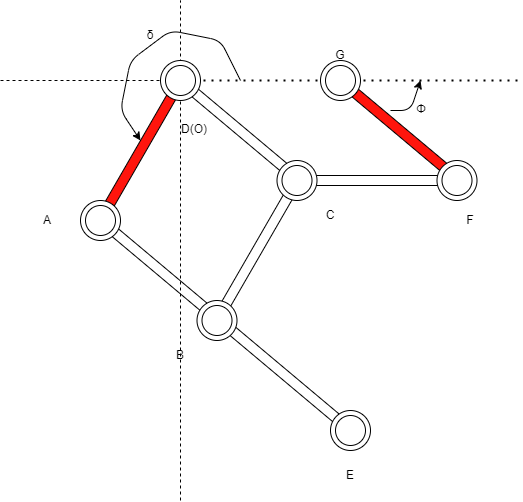
This is doc/4節リンクのプログラムを検討6.drawio.png from kumaxxp/SimpleLinkages, a draw.io export, as it was before one commit. Source tidied: cells renumbered, new cells last; positions are measured from the earlier drawing's top-left corner, leaving out a move shared by most shapes. The source it was exported from:
```xml
<mxGraphModel>
  <root>
    <mxCell id="0" />
    <mxCell id="1" parent="0" />
    <mxCell id="2" style="rounded=0;whiteSpace=wrap;html=1;rotation=0;" parent="1" vertex="1">
      <mxGeometry x="296.5" y="175" width="154" height="10" as="geometry" />
    </mxCell>
    <mxCell id="3" style="rounded=0;whiteSpace=wrap;html=1;rotation=40;" parent="1" vertex="1">
      <mxGeometry x="64.3" y="323.3" width="330" height="10" as="geometry" />
    </mxCell>
    <mxCell id="4" style="rounded=0;whiteSpace=wrap;html=1;rotation=40;" parent="1" vertex="1">
      <mxGeometry x="160.9" y="123.7" width="154" height="10" as="geometry" />
    </mxCell>
    <mxCell id="5" style="rounded=0;whiteSpace=wrap;html=1;rotation=-240;fillColor=#FF150D;" parent="1" vertex="1">
      <mxGeometry x="53.5" y="147.6" width="170" height="10" as="geometry" />
    </mxCell>
    <mxCell id="6" style="endArrow=none;dashed=1;html=1;" parent="1" edge="1">
      <mxGeometry relative="1" as="geometry">
        <mxPoint x="180" y="500" as="sourcePoint" />
        <mxPoint x="180" as="targetPoint" />
      </mxGeometry>
    </mxCell>
    <mxCell id="7" value="D(O)" style="text;html=1;strokeColor=none;fillColor=none;align=center;verticalAlign=middle;whiteSpace=wrap;rounded=0;" parent="1" vertex="1">
      <mxGeometry x="163.5" y="113.7" width="60" height="30" as="geometry" />
    </mxCell>
    <mxCell id="8" value="A" style="text;html=1;strokeColor=none;fillColor=none;align=center;verticalAlign=middle;whiteSpace=wrap;rounded=0;" parent="1" vertex="1">
      <mxGeometry x="17.5" y="205" width="60" height="30" as="geometry" />
    </mxCell>
    <mxCell id="9" value="B" style="text;html=1;strokeColor=none;fillColor=none;align=center;verticalAlign=middle;whiteSpace=wrap;rounded=0;" parent="1" vertex="1">
      <mxGeometry x="150" y="340" width="60" height="30" as="geometry" />
    </mxCell>
    <mxCell id="10" style="endArrow=none;dashed=1;html=1;dashPattern=1 3;strokeWidth=2;" parent="1" edge="1" source="14">
      <mxGeometry relative="1" as="geometry">
        <mxPoint x="520" y="80" as="targetPoint" />
      </mxGeometry>
    </mxCell>
    <mxCell id="11" style="endArrow=none;dashed=1;html=1;" parent="1" edge="1" source="14">
      <mxGeometry relative="1" as="geometry">
        <mxPoint y="80" as="targetPoint" />
      </mxGeometry>
    </mxCell>
    <mxCell id="12" style="group;" parent="1" vertex="1">
      <mxGeometry x="160" y="60" width="40" height="40" as="geometry" />
    </mxCell>
    <mxCell id="13" style="ellipse;whiteSpace=wrap;html=1;" parent="12" vertex="1">
      <mxGeometry width="40" height="40" as="geometry" />
    </mxCell>
    <mxCell id="14" style="ellipse;whiteSpace=wrap;html=1;" parent="12" vertex="1">
      <mxGeometry x="5" y="5" width="30" height="30" as="geometry" />
    </mxCell>
    <mxCell id="15" style="group;" parent="1" vertex="1">
      <mxGeometry x="80" y="200" width="40" height="40" as="geometry" />
    </mxCell>
    <mxCell id="16" style="ellipse;whiteSpace=wrap;html=1;" parent="15" vertex="1">
      <mxGeometry width="40" height="40" as="geometry" />
    </mxCell>
    <mxCell id="17" style="ellipse;whiteSpace=wrap;html=1;" parent="15" vertex="1">
      <mxGeometry x="5" y="5" width="30" height="30" as="geometry" />
    </mxCell>
    <mxCell id="18" style="rounded=0;whiteSpace=wrap;html=1;rotation=-240;" parent="1" vertex="1">
      <mxGeometry x="170" y="247.6" width="170" height="10" as="geometry" />
    </mxCell>
    <mxCell id="19" style="group;" parent="1" vertex="1">
      <mxGeometry x="276.5" y="160" width="40" height="40" as="geometry" />
    </mxCell>
    <mxCell id="20" style="ellipse;whiteSpace=wrap;html=1;" parent="19" vertex="1">
      <mxGeometry width="40" height="40" as="geometry" />
    </mxCell>
    <mxCell id="21" style="ellipse;whiteSpace=wrap;html=1;" parent="19" vertex="1">
      <mxGeometry x="5" y="5" width="30" height="30" as="geometry" />
    </mxCell>
    <mxCell id="22" style="group;" parent="1" vertex="1">
      <mxGeometry x="196.5" y="300" width="217.5" height="70" as="geometry" />
    </mxCell>
    <mxCell id="23" style="ellipse;whiteSpace=wrap;html=1;" parent="22" vertex="1">
      <mxGeometry width="40" height="40" as="geometry" />
    </mxCell>
    <mxCell id="24" style="ellipse;whiteSpace=wrap;html=1;" parent="22" vertex="1">
      <mxGeometry x="5" y="5" width="30" height="30" as="geometry" />
    </mxCell>
    <mxCell id="25" style="group;" parent="1" vertex="1">
      <mxGeometry x="330" y="410" width="40" height="40" as="geometry" />
    </mxCell>
    <mxCell id="26" style="ellipse;whiteSpace=wrap;html=1;" parent="25" vertex="1">
      <mxGeometry width="40" height="40" as="geometry" />
    </mxCell>
    <mxCell id="27" style="ellipse;whiteSpace=wrap;html=1;" parent="25" vertex="1">
      <mxGeometry x="5" y="5" width="30" height="30" as="geometry" />
    </mxCell>
    <mxCell id="28" style="rounded=0;whiteSpace=wrap;html=1;rotation=40;fillColor=#FF150D;" parent="1" vertex="1">
      <mxGeometry x="320.9" y="123.7" width="154" height="10" as="geometry" />
    </mxCell>
    <mxCell id="29" style="group;" parent="1" vertex="1">
      <mxGeometry x="320" y="60" width="40" height="40" as="geometry" />
    </mxCell>
    <mxCell id="30" style="ellipse;whiteSpace=wrap;html=1;" parent="29" vertex="1">
      <mxGeometry width="40" height="40" as="geometry" />
    </mxCell>
    <mxCell id="31" style="ellipse;whiteSpace=wrap;html=1;" parent="29" vertex="1">
      <mxGeometry x="5" y="5" width="30" height="30" as="geometry" />
    </mxCell>
    <mxCell id="32" style="group;" parent="1" vertex="1">
      <mxGeometry x="436.5" y="160" width="40" height="40" as="geometry" />
    </mxCell>
    <mxCell id="33" style="ellipse;whiteSpace=wrap;html=1;" parent="32" vertex="1">
      <mxGeometry width="40" height="40" as="geometry" />
    </mxCell>
    <mxCell id="34" style="ellipse;whiteSpace=wrap;html=1;" parent="32" vertex="1">
      <mxGeometry x="5" y="5" width="30" height="30" as="geometry" />
    </mxCell>
    <mxCell id="35" value="C" style="text;html=1;strokeColor=none;fillColor=none;align=center;verticalAlign=middle;whiteSpace=wrap;rounded=0;" parent="1" vertex="1">
      <mxGeometry x="300" y="200" width="60" height="30" as="geometry" />
    </mxCell>
    <mxCell id="36" value="E" style="text;html=1;strokeColor=none;fillColor=none;align=center;verticalAlign=middle;whiteSpace=wrap;rounded=0;" parent="1" vertex="1">
      <mxGeometry x="320" y="460" width="60" height="30" as="geometry" />
    </mxCell>
    <mxCell id="37" value="F" style="text;html=1;strokeColor=none;fillColor=none;align=center;verticalAlign=middle;whiteSpace=wrap;rounded=0;" parent="1" vertex="1">
      <mxGeometry x="440.2" y="205" width="60" height="30" as="geometry" />
    </mxCell>
    <mxCell id="38" value="G" style="text;html=1;strokeColor=none;fillColor=none;align=center;verticalAlign=middle;whiteSpace=wrap;rounded=0;" parent="1" vertex="1">
      <mxGeometry x="310" y="40" width="60" height="30" as="geometry" />
    </mxCell>
    <mxCell id="39" style="endArrow=classic;html=1;" parent="1" edge="1">
      <mxGeometry relative="1" as="geometry">
        <mxPoint x="240" y="80" as="sourcePoint" />
        <mxPoint x="140" y="140" as="targetPoint" />
        <Array as="points">
          <mxPoint x="220" y="40" />
          <mxPoint x="170" y="30" />
          <mxPoint x="130" y="60" />
          <mxPoint x="120" y="110" />
        </Array>
      </mxGeometry>
    </mxCell>
    <mxCell id="40" value="δ" style="text;html=1;strokeColor=none;fillColor=none;align=center;verticalAlign=middle;whiteSpace=wrap;rounded=0;" parent="1" vertex="1">
      <mxGeometry x="120" y="20" width="60" height="30" as="geometry" />
    </mxCell>
    <mxCell id="41" style="endArrow=classic;html=1;" parent="1" edge="1">
      <mxGeometry relative="1" as="geometry">
        <mxPoint x="390" y="110" as="sourcePoint" />
        <mxPoint x="420" y="80" as="targetPoint" />
        <Array as="points">
          <mxPoint x="410" y="110" />
        </Array>
      </mxGeometry>
    </mxCell>
    <mxCell id="42" value="Φ" style="text;html=1;strokeColor=none;fillColor=none;align=center;verticalAlign=middle;whiteSpace=wrap;rounded=0;" parent="1" vertex="1">
      <mxGeometry x="390.5" y="93.7" width="60" height="30" as="geometry" />
    </mxCell>
  </root>
</mxGraphModel>
```
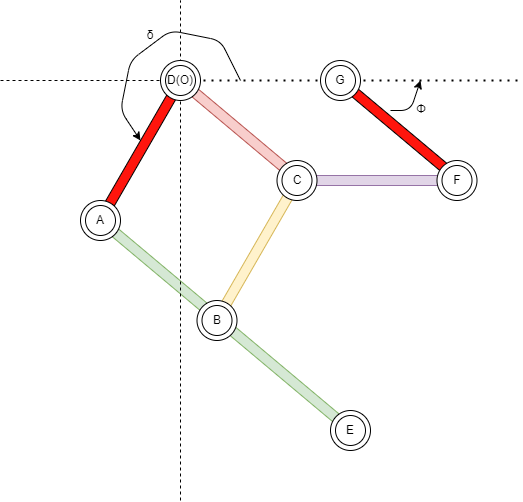
After the change.

The edit, as a diff of the source:
```diff
@@ -2,13 +2,13 @@
   <root>
     <mxCell id="0" />
     <mxCell id="1" parent="0" />
-    <mxCell id="2" style="rounded=0;whiteSpace=wrap;html=1;rotation=0;" parent="1" vertex="1">
+    <mxCell id="2" style="rounded=0;whiteSpace=wrap;html=1;rotation=0;fillColor=#e1d5e7;strokeColor=#9673a6;" parent="1" vertex="1">
       <mxGeometry x="296.5" y="175" width="154" height="10" as="geometry" />
     </mxCell>
-    <mxCell id="3" style="rounded=0;whiteSpace=wrap;html=1;rotation=40;" parent="1" vertex="1">
+    <mxCell id="3" style="rounded=0;whiteSpace=wrap;html=1;rotation=40;fillColor=#d5e8d4;strokeColor=#82b366;" parent="1" vertex="1">
       <mxGeometry x="64.3" y="323.3" width="330" height="10" as="geometry" />
     </mxCell>
-    <mxCell id="4" style="rounded=0;whiteSpace=wrap;html=1;rotation=40;" parent="1" vertex="1">
+    <mxCell id="4" style="rounded=0;whiteSpace=wrap;html=1;rotation=40;fillColor=#f8cecc;strokeColor=#b85450;" parent="1" vertex="1">
       <mxGeometry x="160.9" y="123.7" width="154" height="10" as="geometry" />
     </mxCell>
     <mxCell id="5" style="rounded=0;whiteSpace=wrap;html=1;rotation=-240;fillColor=#FF150D;" parent="1" vertex="1">
@@ -20,15 +20,6 @@
         <mxPoint x="180" as="targetPoint" />
       </mxGeometry>
     </mxCell>
-    <mxCell id="7" value="D(O)" style="text;html=1;strokeColor=none;fillColor=none;align=center;verticalAlign=middle;whiteSpace=wrap;rounded=0;" parent="1" vertex="1">
-      <mxGeometry x="163.5" y="113.7" width="60" height="30" as="geometry" />
-    </mxCell>
-    <mxCell id="8" value="A" style="text;html=1;strokeColor=none;fillColor=none;align=center;verticalAlign=middle;whiteSpace=wrap;rounded=0;" parent="1" vertex="1">
-      <mxGeometry x="17.5" y="205" width="60" height="30" as="geometry" />
-    </mxCell>
-    <mxCell id="9" value="B" style="text;html=1;strokeColor=none;fillColor=none;align=center;verticalAlign=middle;whiteSpace=wrap;rounded=0;" parent="1" vertex="1">
-      <mxGeometry x="150" y="340" width="60" height="30" as="geometry" />
-    </mxCell>
     <mxCell id="10" style="endArrow=none;dashed=1;html=1;dashPattern=1 3;strokeWidth=2;" parent="1" edge="1" source="14">
       <mxGeometry relative="1" as="geometry">
         <mxPoint x="520" y="80" as="targetPoint" />
@@ -40,7 +31,7 @@
       </mxGeometry>
     </mxCell>
     <mxCell id="12" style="group;" parent="1" vertex="1">
-      <mxGeometry x="160" y="60" width="40" height="40" as="geometry" />
+      <mxGeometry x="160" y="60" width="50" height="40" as="geometry" />
     </mxCell>
     <mxCell id="13" style="ellipse;whiteSpace=wrap;html=1;" parent="12" vertex="1">
       <mxGeometry width="40" height="40" as="geometry" />
@@ -48,8 +39,11 @@
     <mxCell id="14" style="ellipse;whiteSpace=wrap;html=1;" parent="12" vertex="1">
       <mxGeometry x="5" y="5" width="30" height="30" as="geometry" />
     </mxCell>
+    <mxCell id="7" value="D(O)" style="text;html=1;strokeColor=none;fillColor=none;align=center;verticalAlign=middle;whiteSpace=wrap;rounded=0;" parent="12" vertex="1">
+      <mxGeometry x="-10" y="5" width="60" height="30" as="geometry" />
+    </mxCell>
     <mxCell id="15" style="group;" parent="1" vertex="1">
-      <mxGeometry x="80" y="200" width="40" height="40" as="geometry" />
+      <mxGeometry x="80" y="200" width="50" height="40" as="geometry" />
     </mxCell>
     <mxCell id="16" style="ellipse;whiteSpace=wrap;html=1;" parent="15" vertex="1">
       <mxGeometry width="40" height="40" as="geometry" />
@@ -57,11 +51,14 @@
     <mxCell id="17" style="ellipse;whiteSpace=wrap;html=1;" parent="15" vertex="1">
       <mxGeometry x="5" y="5" width="30" height="30" as="geometry" />
     </mxCell>
+    <mxCell id="8" value="A" style="text;html=1;strokeColor=none;fillColor=none;align=center;verticalAlign=middle;whiteSpace=wrap;rounded=0;" parent="15" vertex="1">
+      <mxGeometry x="-10" y="5" width="60" height="30" as="geometry" />
+    </mxCell>
-    <mxCell id="18" style="rounded=0;whiteSpace=wrap;html=1;rotation=-240;" parent="1" vertex="1">
+    <mxCell id="18" style="rounded=0;whiteSpace=wrap;html=1;rotation=-240;fillColor=#fff2cc;strokeColor=#d6b656;" parent="1" vertex="1">
       <mxGeometry x="170" y="247.6" width="170" height="10" as="geometry" />
     </mxCell>
     <mxCell id="19" style="group;" parent="1" vertex="1">
-      <mxGeometry x="276.5" y="160" width="40" height="40" as="geometry" />
+      <mxGeometry x="276.5" y="160" width="50" height="40" as="geometry" />
     </mxCell>
     <mxCell id="20" style="ellipse;whiteSpace=wrap;html=1;" parent="19" vertex="1">
       <mxGeometry width="40" height="40" as="geometry" />
@@ -69,6 +66,9 @@
     <mxCell id="21" style="ellipse;whiteSpace=wrap;html=1;" parent="19" vertex="1">
       <mxGeometry x="5" y="5" width="30" height="30" as="geometry" />
     </mxCell>
+    <mxCell id="35" value="C" style="text;html=1;strokeColor=none;fillColor=none;align=center;verticalAlign=middle;whiteSpace=wrap;rounded=0;" parent="19" vertex="1">
+      <mxGeometry x="-10" y="5" width="60" height="30" as="geometry" />
+    </mxCell>
     <mxCell id="22" style="group;" parent="1" vertex="1">
       <mxGeometry x="196.5" y="300" width="217.5" height="70" as="geometry" />
     </mxCell>
@@ -78,8 +78,11 @@
     <mxCell id="24" style="ellipse;whiteSpace=wrap;html=1;" parent="22" vertex="1">
       <mxGeometry x="5" y="5" width="30" height="30" as="geometry" />
     </mxCell>
+    <mxCell id="9" value="B" style="text;html=1;strokeColor=none;fillColor=none;align=center;verticalAlign=middle;whiteSpace=wrap;rounded=0;" parent="22" vertex="1">
+      <mxGeometry x="-10" y="5" width="60" height="30" as="geometry" />
+    </mxCell>
     <mxCell id="25" style="group;" parent="1" vertex="1">
-      <mxGeometry x="330" y="410" width="40" height="40" as="geometry" />
+      <mxGeometry x="330" y="410" width="50" height="40" as="geometry" />
     </mxCell>
     <mxCell id="26" style="ellipse;whiteSpace=wrap;html=1;" parent="25" vertex="1">
       <mxGeometry width="40" height="40" as="geometry" />
@@ -87,11 +90,14 @@
     <mxCell id="27" style="ellipse;whiteSpace=wrap;html=1;" parent="25" vertex="1">
       <mxGeometry x="5" y="5" width="30" height="30" as="geometry" />
     </mxCell>
+    <mxCell id="36" value="E" style="text;html=1;strokeColor=none;fillColor=none;align=center;verticalAlign=middle;whiteSpace=wrap;rounded=0;" parent="25" vertex="1">
+      <mxGeometry x="-10" y="5" width="60" height="30" as="geometry" />
+    </mxCell>
     <mxCell id="28" style="rounded=0;whiteSpace=wrap;html=1;rotation=40;fillColor=#FF150D;" parent="1" vertex="1">
       <mxGeometry x="320.9" y="123.7" width="154" height="10" as="geometry" />
     </mxCell>
     <mxCell id="29" style="group;" parent="1" vertex="1">
-      <mxGeometry x="320" y="60" width="40" height="40" as="geometry" />
+      <mxGeometry x="320" y="60" width="50" height="40" as="geometry" />
     </mxCell>
     <mxCell id="30" style="ellipse;whiteSpace=wrap;html=1;" parent="29" vertex="1">
       <mxGeometry width="40" height="40" as="geometry" />
@@ -99,8 +105,11 @@
     <mxCell id="31" style="ellipse;whiteSpace=wrap;html=1;" parent="29" vertex="1">
       <mxGeometry x="5" y="5" width="30" height="30" as="geometry" />
     </mxCell>
+    <mxCell id="38" value="G" style="text;html=1;strokeColor=none;fillColor=none;align=center;verticalAlign=middle;whiteSpace=wrap;rounded=0;" parent="29" vertex="1">
+      <mxGeometry x="-10" y="5" width="60" height="30" as="geometry" />
+    </mxCell>
     <mxCell id="32" style="group;" parent="1" vertex="1">
-      <mxGeometry x="436.5" y="160" width="40" height="40" as="geometry" />
+      <mxGeometry x="436.5" y="160" width="50" height="40" as="geometry" />
     </mxCell>
     <mxCell id="33" style="ellipse;whiteSpace=wrap;html=1;" parent="32" vertex="1">
       <mxGeometry width="40" height="40" as="geometry" />
@@ -108,18 +117,9 @@
     <mxCell id="34" style="ellipse;whiteSpace=wrap;html=1;" parent="32" vertex="1">
       <mxGeometry x="5" y="5" width="30" height="30" as="geometry" />
     </mxCell>
-    <mxCell id="35" value="C" style="text;html=1;strokeColor=none;fillColor=none;align=center;verticalAlign=middle;whiteSpace=wrap;rounded=0;" parent="1" vertex="1">
-      <mxGeometry x="300" y="200" width="60" height="30" as="geometry" />
-    </mxCell>
-    <mxCell id="36" value="E" style="text;html=1;strokeColor=none;fillColor=none;align=center;verticalAlign=middle;whiteSpace=wrap;rounded=0;" parent="1" vertex="1">
-      <mxGeometry x="320" y="460" width="60" height="30" as="geometry" />
-    </mxCell>
-    <mxCell id="37" value="F" style="text;html=1;strokeColor=none;fillColor=none;align=center;verticalAlign=middle;whiteSpace=wrap;rounded=0;" parent="1" vertex="1">
-      <mxGeometry x="440.2" y="205" width="60" height="30" as="geometry" />
+    <mxCell id="37" value="F" style="text;html=1;strokeColor=none;fillColor=none;align=center;verticalAlign=middle;whiteSpace=wrap;rounded=0;" parent="32" vertex="1">
+      <mxGeometry x="-10" y="5" width="60" height="30" as="geometry" />
     </mxCell>
-    <mxCell id="38" value="G" style="text;html=1;strokeColor=none;fillColor=none;align=center;verticalAlign=middle;whiteSpace=wrap;rounded=0;" parent="1" vertex="1">
-      <mxGeometry x="310" y="40" width="60" height="30" as="geometry" />
-    </mxCell>
     <mxCell id="39" style="endArrow=classic;html=1;" parent="1" edge="1">
       <mxGeometry relative="1" as="geometry">
         <mxPoint x="240" y="80" as="sourcePoint" />
```
